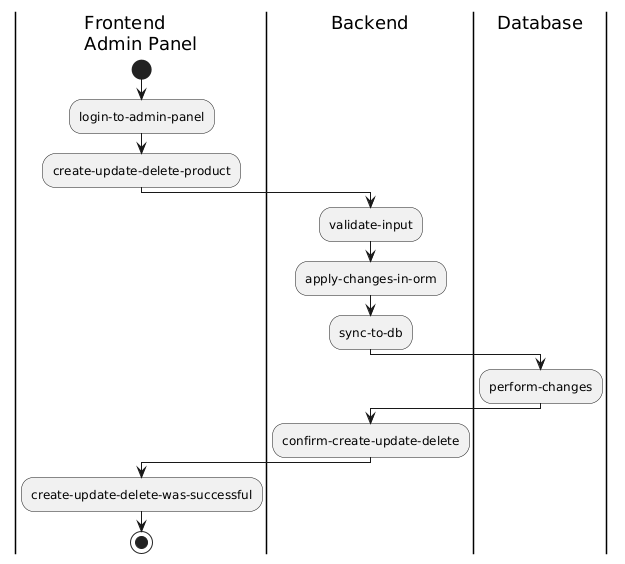
This is documentation/images/uml_swimlane_product_create_update_delete.png from EdwardSpaeth/Cloud-Project-Group-11, a PlantUML export, as it was before one commit.
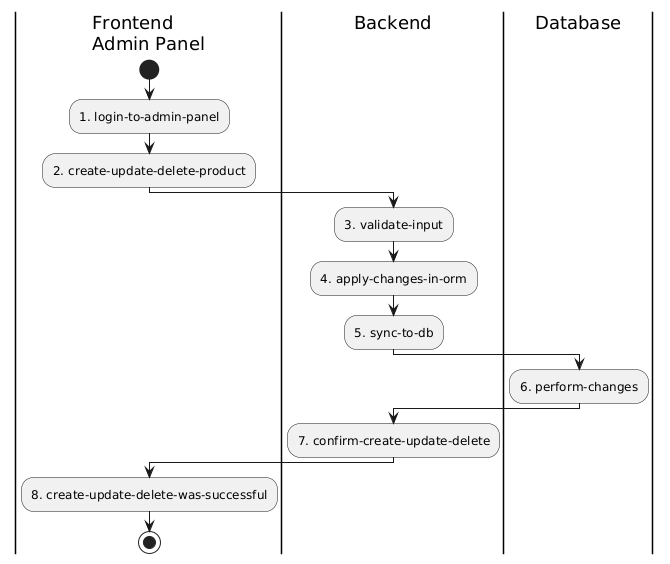
After the commit.

Change to the diagram source:
```diff
@@ -1,22 +1,22 @@
 @startuml
 |Frontend\nAdmin Panel|
 start
-:login-to-admin-panel;
-:create-update-delete-product;
+:1. login-to-admin-panel;
+:2. create-update-delete-product;
 
 |Backend|
-:validate-input;
-:apply-changes-in-orm;
-:sync-to-db;
+:3. validate-input;
+:4. apply-changes-in-orm;
+:5. sync-to-db;
 
 |Database|
-:perform-changes;
+:6. perform-changes;
 
 |Backend|
-:confirm-create-update-delete;
+:7. confirm-create-update-delete;
 
 |Frontend\nAdmin Panel|
-:create-update-delete-was-successful;
+:8. create-update-delete-was-successful;
 
 stop
 @enduml
```
